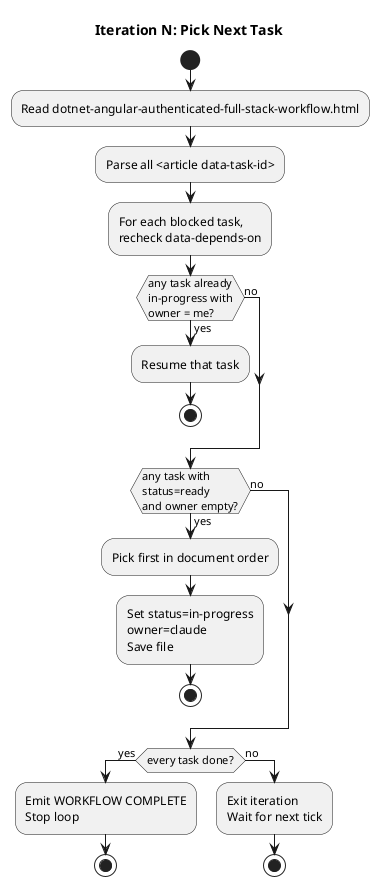
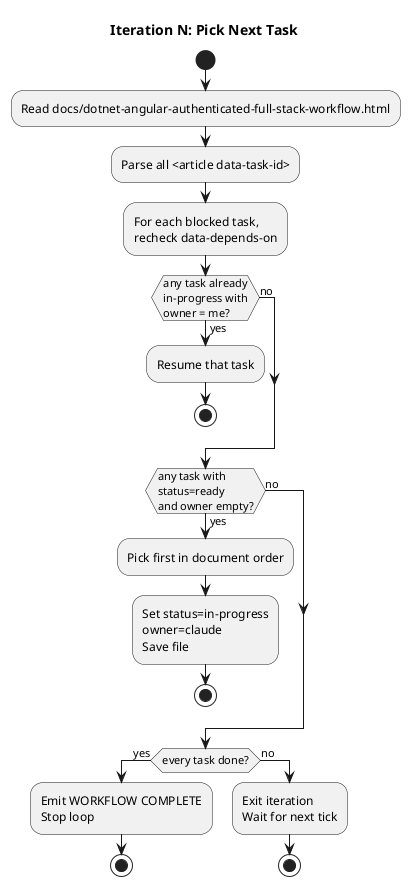
@startuml 01-pick-next-task
title Iteration N: Pick Next Task

start
- :Read dotnet-angular-authenticated-full-stack-workflow.html;
+ :Read docs/dotnet-angular-authenticated-full-stack-workflow.html;
:Parse all <article data-task-id>;
:For each blocked task,
recheck data-depends-on;
if (any task already
in-progress with
owner = me?) then (yes)
  :Resume that task;
  stop
else (no)
endif
if (any task with
status=ready
and owner empty?) then (yes)
  :Pick first in document order;
  :Set status=in-progress
  owner=claude
  Save file;
  stop
else (no)
endif
if (every task done?) then (yes)
  :Emit WORKFLOW COMPLETE
  Stop loop;
  stop
else (no)
  :Exit iteration
  Wait for next tick;
  stop
endif
@enduml
